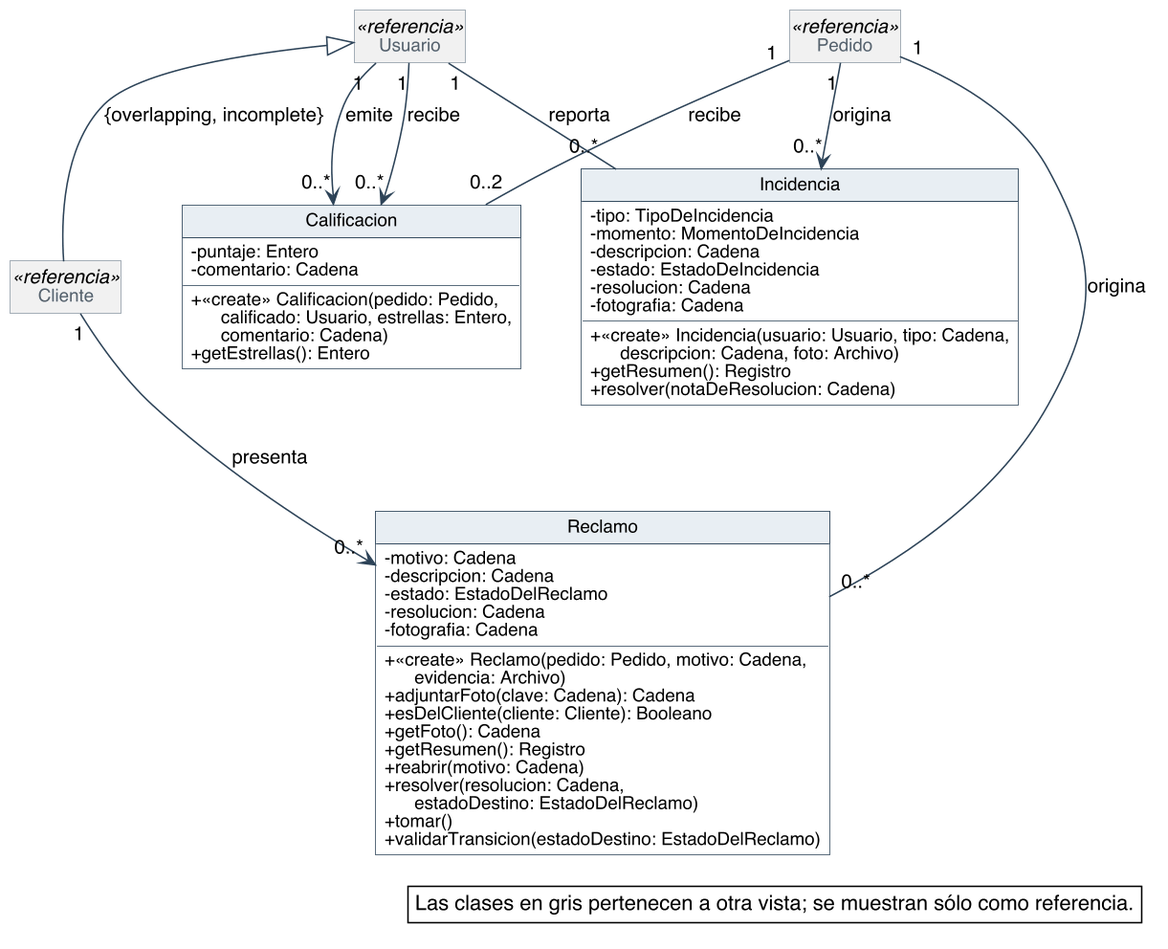
Before: diagramas/clases-diseno/DC_Posventa.png, a diagram exported from PlantUML (Nahuelito-Dev/splg-docs).
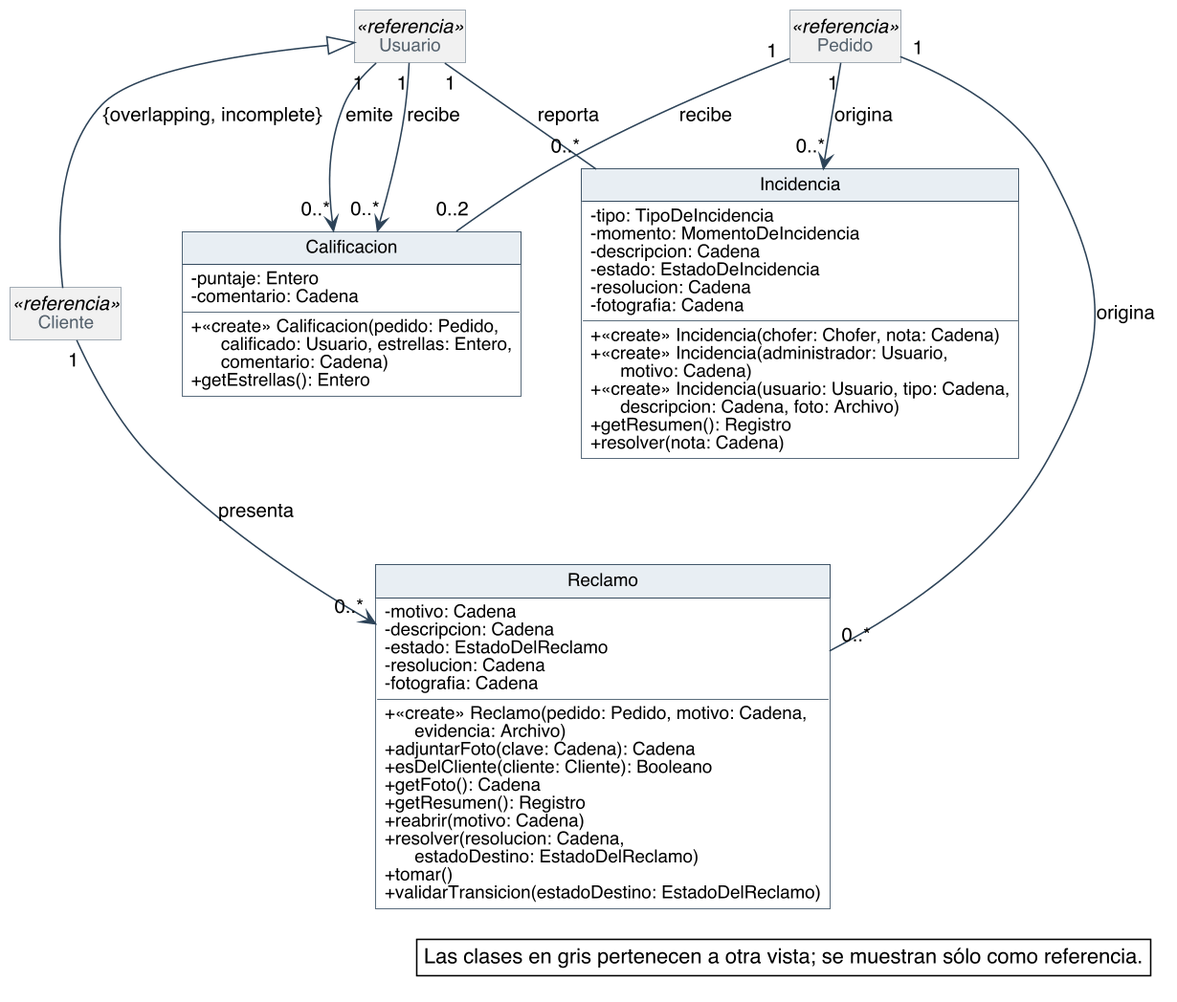
After the commit.

Change to the diagram source:
```diff
@@ -70,9 +70,11 @@
   - estado: EstadoDeIncidencia
   - resolucion: Cadena
   - fotografia: Cadena
+  + «create» Incidencia(chofer: Chofer, nota: Cadena)
+  + «create» Incidencia(administrador: Usuario,\n      motivo: Cadena)
   + «create» Incidencia(usuario: Usuario, tipo: Cadena,\n      descripcion: Cadena, foto: Archivo)
   + getResumen(): Registro
-  + resolver(notaDeResolucion: Cadena)
+  + resolver(nota: Cadena)
 }
 class Reclamo {
   - motivo: Cadena
```
